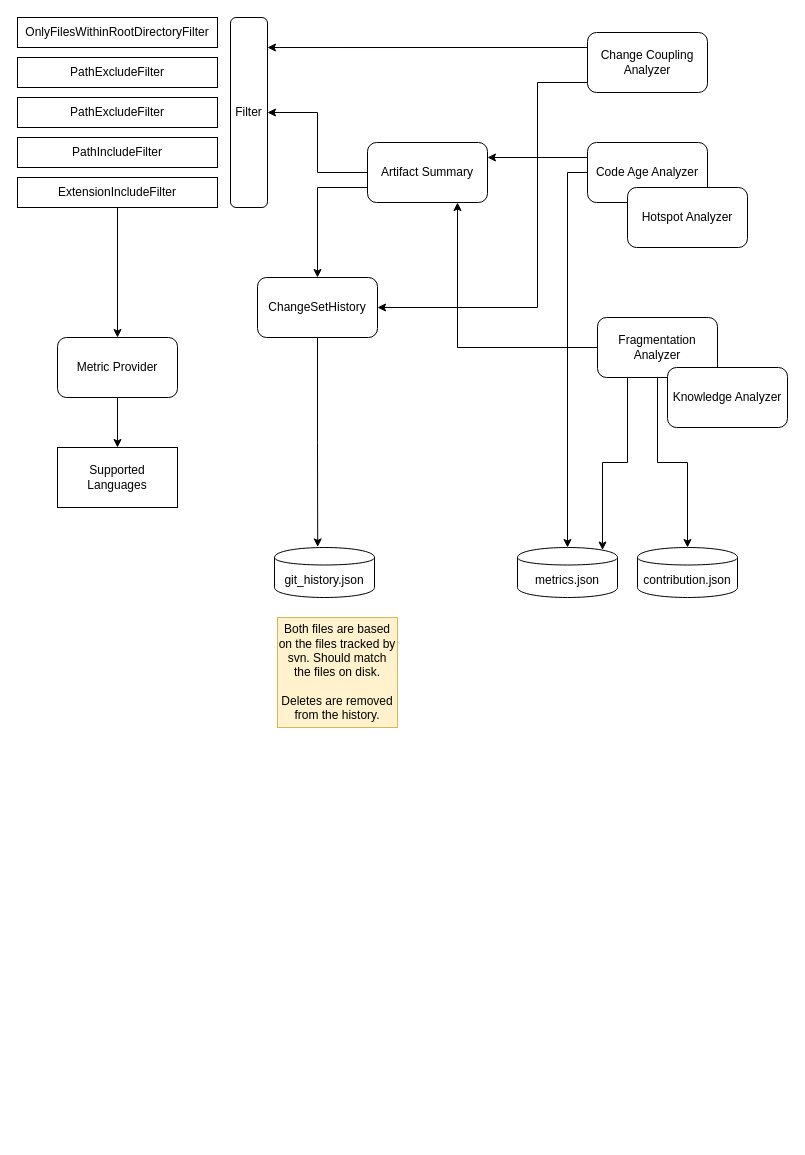
This is Documents/Insight.drawio from ATrefzer/Insight, a draw.io file, before an edit. Source tidied: cells renumbered, new cells numbered last; positions are measured from the earlier drawing's top-left corner, leaving out a move shared by most shapes. Both pictures are drawn from the tidied source at 100%, with x=0, y=0 at pixel (17, 17).
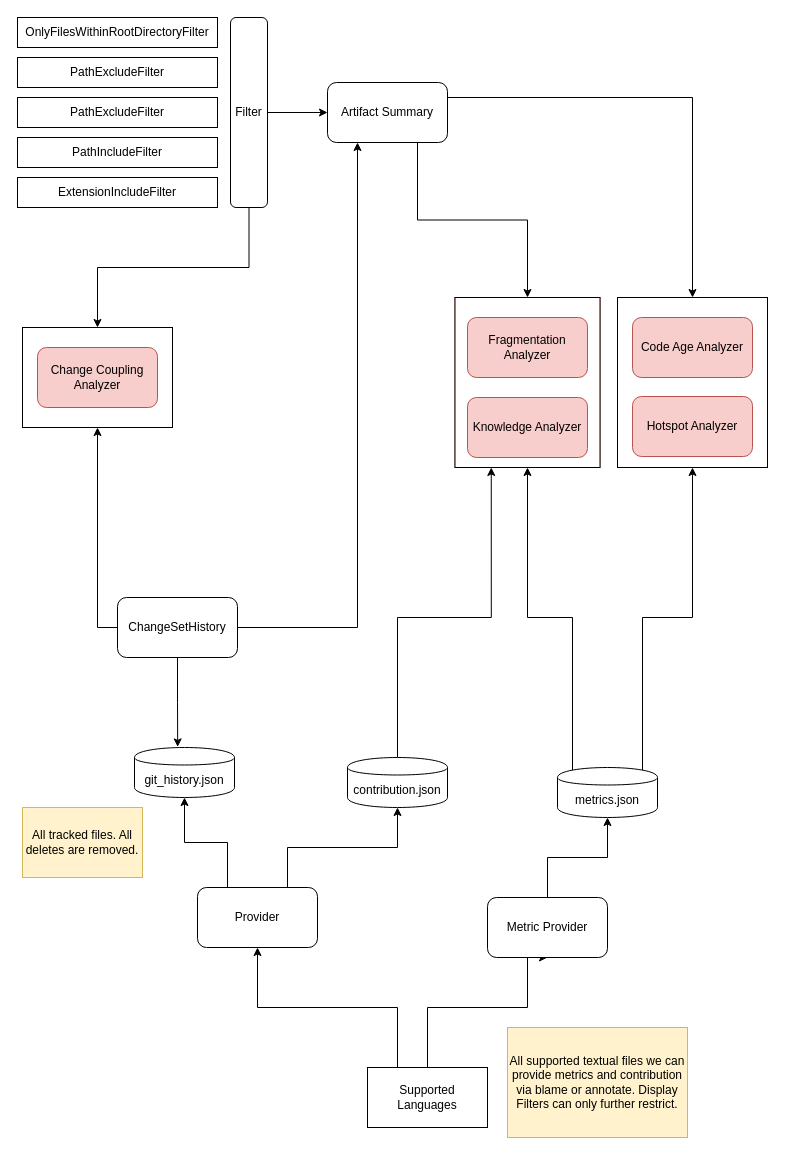
The same diagram, later.

The change refers to these unchanged cells:
```xml
<mxCell id="8" value="Filter" style="rounded=1;whiteSpace=wrap;html=1;" parent="1" vertex="1">
  <mxGeometry x="213" width="37" height="190" as="geometry" />
</mxCell>
<mxCell id="15" value="ExtensionIncludeFilter" style="rounded=0;whiteSpace=wrap;html=1;" parent="1" vertex="1">
  <mxGeometry y="160" width="200" height="30" as="geometry" />
</mxCell>
```

Change to the diagram source:
```diff
@@
     <mxCell id="2" value="metrics.json" style="shape=cylinder;whiteSpace=wrap;html=1;boundedLbl=1;backgroundOutline=1;" parent="1" vertex="1">
-      <mxGeometry x="500" y="530" width="100" height="50" as="geometry" />
+      <mxGeometry x="540" y="750" width="100" height="50" as="geometry" />
     </mxCell>
     <mxCell id="3" value="git_history.json" style="shape=cylinder;whiteSpace=wrap;html=1;boundedLbl=1;backgroundOutline=1;" parent="1" vertex="1">
-      <mxGeometry x="257" y="530" width="100" height="50" as="geometry" />
+      <mxGeometry x="117" y="730" width="100" height="50" as="geometry" />
     </mxCell>
-    <mxCell id="4" value="Both files are based on the files tracked by svn. Should match the files on disk.&lt;br&gt;&lt;br&gt;Deletes are removed from the history." style="rounded=0;whiteSpace=wrap;html=1;fillColor=#fff2cc;strokeColor=#d6b656;" parent="1" vertex="1">
-      <mxGeometry x="260" y="600" width="120" height="110" as="geometry" />
+    <mxCell id="4" value="All tracked files. All deletes are removed." style="rounded=0;whiteSpace=wrap;html=1;fillColor=#fff2cc;strokeColor=#d6b656;" parent="1" vertex="1">
+      <mxGeometry x="5" y="790" width="120" height="70" as="geometry" />
     </mxCell>
@@
     <mxCell id="6" value="ChangeSetHistory" style="rounded=1;whiteSpace=wrap;html=1;" parent="1" vertex="1">
-      <mxGeometry x="240" y="260" width="120" height="60" as="geometry" />
+      <mxGeometry x="100" y="580" width="120" height="60" as="geometry" />
     </mxCell>
-    <mxCell id="7" style="edgeStyle=orthogonalEdgeStyle;rounded=0;jettySize=auto;html=1;exitX=0;exitY=0.5;exitDx=0;exitDy=0;entryX=1;entryY=0.5;entryDx=0;entryDy=0;" parent="1" edge="1" source="10" target="8">
+    <mxCell id="7" style="edgeStyle=orthogonalEdgeStyle;rounded=0;jettySize=auto;html=1;exitX=1;exitY=0.5;exitDx=0;exitDy=0;entryX=0;entryY=0.5;entryDx=0;entryDy=0;" parent="1" edge="1" source="8" target="10">
       <mxGeometry relative="1" as="geometry" />
     </mxCell>
@@
-    <mxCell id="9" style="edgeStyle=orthogonalEdgeStyle;rounded=0;jettySize=auto;html=1;exitX=0;exitY=0.75;exitDx=0;exitDy=0;" parent="1" edge="1" source="10" target="6">
+    <mxCell id="9" style="edgeStyle=orthogonalEdgeStyle;rounded=0;jettySize=auto;html=1;entryX=0.25;entryY=1;entryDx=0;entryDy=0;" parent="1" edge="1" source="6" target="10">
       <mxGeometry relative="1" as="geometry" />
     </mxCell>
     <mxCell id="10" value="Artifact Summary" style="rounded=1;whiteSpace=wrap;html=1;" parent="1" vertex="1">
-      <mxGeometry x="350" y="125" width="120" height="60" as="geometry" />
+      <mxGeometry x="310" y="65" width="120" height="60" as="geometry" />
     </mxCell>
-    <mxCell id="11" style="edgeStyle=orthogonalEdgeStyle;rounded=0;jettySize=auto;html=1;exitX=0;exitY=0.75;exitDx=0;exitDy=0;entryX=1;entryY=0.5;entryDx=0;entryDy=0;" parent="1" edge="1" source="13" target="6">
-      <mxGeometry relative="1" as="geometry">
-        <Array as="points">
-          <mxPoint x="520" y="65" />
-          <mxPoint x="520" y="290" />
-        </Array>
-      </mxGeometry>
+    <mxCell id="11" style="edgeStyle=orthogonalEdgeStyle;rounded=0;jettySize=auto;html=1;exitX=0;exitY=0.5;exitDx=0;exitDy=0;entryX=0.5;entryY=1;entryDx=0;entryDy=0;" parent="1" edge="1" source="6" target="45">
+      <mxGeometry relative="1" as="geometry" />
     </mxCell>
-    <mxCell id="12" style="edgeStyle=orthogonalEdgeStyle;rounded=0;jettySize=auto;html=1;exitX=0;exitY=0.25;exitDx=0;exitDy=0;entryX=1;entryY=0.158;entryDx=0;entryDy=0;entryPerimeter=0;" parent="1" edge="1" source="13" target="8">
+    <mxCell id="12" style="edgeStyle=orthogonalEdgeStyle;rounded=0;jettySize=auto;html=1;entryX=0.5;entryY=0;entryDx=0;entryDy=0;exitX=0.5;exitY=1;exitDx=0;exitDy=0;" parent="1" edge="1" source="8" target="45">
       <mxGeometry relative="1" as="geometry" />
     </mxCell>
-    <mxCell id="13" value="Change Coupling Analyzer" style="rounded=1;whiteSpace=wrap;html=1;" parent="1" vertex="1">
-      <mxGeometry x="570" y="15" width="120" height="60" as="geometry" />
-    </mxCell>
-    <mxCell id="14" style="edgeStyle=orthogonalEdgeStyle;rounded=0;jettySize=auto;html=1;exitX=0.5;exitY=1;exitDx=0;exitDy=0;entryX=0.5;entryY=0;entryDx=0;entryDy=0;" parent="1" edge="1" source="15" target="22">
-      <mxGeometry relative="1" as="geometry" />
-    </mxCell>
@@
+    <mxCell id="34" style="edgeStyle=orthogonalEdgeStyle;rounded=0;jettySize=auto;html=1;exitX=0.25;exitY=0;exitDx=0;exitDy=0;entryX=0.5;entryY=1;entryDx=0;entryDy=0;" parent="1" edge="1" source="20" target="38">
+      <mxGeometry relative="1" as="geometry" />
+    </mxCell>
     <mxCell id="20" value="Supported Languages" style="rounded=0;whiteSpace=wrap;html=1;" parent="1" vertex="1">
-      <mxGeometry x="40" y="430" width="120" height="60" as="geometry" />
+      <mxGeometry x="350" y="1050" width="120" height="60" as="geometry" />
     </mxCell>
-    <mxCell id="21" style="edgeStyle=orthogonalEdgeStyle;rounded=0;jettySize=auto;html=1;exitX=0.5;exitY=1;exitDx=0;exitDy=0;entryX=0.5;entryY=0;entryDx=0;entryDy=0;" parent="1" edge="1" source="22" target="20">
-      <mxGeometry relative="1" as="geometry" />
+    <mxCell id="21" style="edgeStyle=orthogonalEdgeStyle;rounded=0;jettySize=auto;html=1;exitX=0.5;exitY=0;exitDx=0;exitDy=0;entryX=0.5;entryY=1;entryDx=0;entryDy=0;" parent="1" edge="1" source="20" target="22">
+      <mxGeometry relative="1" as="geometry">
+        <Array as="points">
+          <mxPoint x="410" y="990" />
+          <mxPoint x="510" y="990" />
+        </Array>
+      </mxGeometry>
     </mxCell>
+    <mxCell id="35" style="edgeStyle=orthogonalEdgeStyle;rounded=0;jettySize=auto;html=1;exitX=0.5;exitY=0;exitDx=0;exitDy=0;" parent="1" edge="1" source="22" target="2">
+      <mxGeometry relative="1" as="geometry" />
+    </mxCell>
     <mxCell id="22" value="Metric Provider" style="rounded=1;whiteSpace=wrap;html=1;" parent="1" vertex="1">
-      <mxGeometry x="40" y="320" width="120" height="60" as="geometry" />
+      <mxGeometry x="470" y="880" width="120" height="60" as="geometry" />
     </mxCell>
@@
-    <mxCell id="24" style="edgeStyle=orthogonalEdgeStyle;rounded=0;jettySize=auto;html=1;exitX=0;exitY=0.25;exitDx=0;exitDy=0;entryX=1;entryY=0.25;entryDx=0;entryDy=0;" parent="1" edge="1" source="26" target="10">
+    <mxCell id="24" style="edgeStyle=orthogonalEdgeStyle;rounded=0;jettySize=auto;html=1;exitX=1;exitY=0.25;exitDx=0;exitDy=0;entryX=0.5;entryY=0;entryDx=0;entryDy=0;" parent="1" edge="1" source="10" target="41">
       <mxGeometry relative="1" as="geometry" />
     </mxCell>
-    <mxCell id="25" style="edgeStyle=orthogonalEdgeStyle;rounded=0;jettySize=auto;html=1;exitX=0;exitY=0.5;exitDx=0;exitDy=0;entryX=0.5;entryY=0;entryDx=0;entryDy=0;" parent="1" edge="1" source="26" target="2">
+    <mxCell id="25" style="edgeStyle=orthogonalEdgeStyle;rounded=0;jettySize=auto;html=1;exitX=0.85;exitY=0.05;exitDx=0;exitDy=0;entryX=0.5;entryY=1;entryDx=0;entryDy=0;exitPerimeter=0;" parent="1" edge="1" source="2" target="41">
       <mxGeometry relative="1" as="geometry" />
     </mxCell>
-    <mxCell id="26" value="Code Age Analyzer" style="rounded=1;whiteSpace=wrap;html=1;" parent="1" vertex="1">
-      <mxGeometry x="570" y="125" width="120" height="60" as="geometry" />
-    </mxCell>
-    <mxCell id="27" value="Hotspot Analyzer" style="rounded=1;whiteSpace=wrap;html=1;" parent="1" vertex="1">
-      <mxGeometry x="610" y="170" width="120" height="60" as="geometry" />
-    </mxCell>
     <mxCell id="28" value="contribution.json" style="shape=cylinder;whiteSpace=wrap;html=1;boundedLbl=1;backgroundOutline=1;" parent="1" vertex="1">
-      <mxGeometry x="620" y="530" width="100" height="50" as="geometry" />
+      <mxGeometry x="330" y="740" width="100" height="50" as="geometry" />
     </mxCell>
-    <mxCell id="29" style="edgeStyle=orthogonalEdgeStyle;rounded=0;jettySize=auto;html=1;exitX=0;exitY=0.5;exitDx=0;exitDy=0;entryX=0.75;entryY=1;entryDx=0;entryDy=0;" parent="1" edge="1" source="32" target="10">
+    <mxCell id="29" style="edgeStyle=orthogonalEdgeStyle;rounded=0;jettySize=auto;html=1;entryX=0.5;entryY=0;entryDx=0;entryDy=0;exitX=0.75;exitY=1;exitDx=0;exitDy=0;" parent="1" edge="1" source="10" target="43">
       <mxGeometry relative="1" as="geometry" />
     </mxCell>
-    <mxCell id="30" style="edgeStyle=orthogonalEdgeStyle;rounded=0;jettySize=auto;html=1;exitX=0.25;exitY=1;exitDx=0;exitDy=0;entryX=0.85;entryY=0.05;entryDx=0;entryDy=0;entryPerimeter=0;" parent="1" edge="1" source="32" target="2">
+    <mxCell id="30" style="edgeStyle=orthogonalEdgeStyle;rounded=0;jettySize=auto;html=1;exitX=0.15;exitY=0.05;exitDx=0;exitDy=0;entryX=0.5;entryY=1;entryDx=0;entryDy=0;exitPerimeter=0;" parent="1" edge="1" source="2" target="43">
       <mxGeometry relative="1" as="geometry" />
     </mxCell>
-    <mxCell id="31" style="edgeStyle=orthogonalEdgeStyle;rounded=0;jettySize=auto;html=1;exitX=0.5;exitY=1;exitDx=0;exitDy=0;entryX=0.5;entryY=0;entryDx=0;entryDy=0;" parent="1" edge="1" source="32" target="28">
-      <mxGeometry relative="1" as="geometry" />
+    <mxCell id="31" style="edgeStyle=orthogonalEdgeStyle;rounded=0;jettySize=auto;html=1;exitX=0.5;exitY=0;exitDx=0;exitDy=0;entryX=0.25;entryY=1;entryDx=0;entryDy=0;" parent="1" edge="1" source="28" target="43">
+      <mxGeometry relative="1" as="geometry">
+        <Array as="points">
+          <mxPoint x="380" y="600" />
+          <mxPoint x="474" y="600" />
+        </Array>
+      </mxGeometry>
     </mxCell>
+    <mxCell id="36" style="edgeStyle=orthogonalEdgeStyle;rounded=0;jettySize=auto;html=1;exitX=0.25;exitY=0;exitDx=0;exitDy=0;entryX=0.5;entryY=1;entryDx=0;entryDy=0;" parent="1" edge="1" source="38" target="3">
+      <mxGeometry relative="1" as="geometry" />
+    </mxCell>
+    <mxCell id="37" style="edgeStyle=orthogonalEdgeStyle;rounded=0;jettySize=auto;html=1;exitX=0.75;exitY=0;exitDx=0;exitDy=0;entryX=0.5;entryY=1;entryDx=0;entryDy=0;" parent="1" edge="1" source="38" target="28">
+      <mxGeometry relative="1" as="geometry" />
+    </mxCell>
+    <mxCell id="38" value="Provider" style="rounded=1;whiteSpace=wrap;html=1;" parent="1" vertex="1">
+      <mxGeometry x="180" y="870" width="120" height="60" as="geometry" />
+    </mxCell>
+    <mxCell id="39" value="All supported textual files we can provide metrics and contribution via blame or annotate. Display Filters can only further restrict." style="rounded=0;whiteSpace=wrap;html=1;fillColor=#fff2cc;strokeColor=#d6b656;" parent="1" vertex="1">
+      <mxGeometry x="490" y="1010" width="180" height="110" as="geometry" />
+    </mxCell>
+    <mxCell id="40" style="group;fillColor=#f8cecc;strokeColor=#b85450;" parent="1" vertex="1">
+      <mxGeometry x="600" y="280" width="150" height="170" as="geometry" />
+    </mxCell>
+    <mxCell id="41" style="rounded=0;whiteSpace=wrap;html=1;" parent="40" vertex="1">
+      <mxGeometry width="150" height="170" as="geometry" />
+    </mxCell>
+    <mxCell id="26" value="Code Age Analyzer" style="rounded=1;whiteSpace=wrap;html=1;fillColor=#f8cecc;strokeColor=#b85450;" parent="40" vertex="1">
+      <mxGeometry x="15" y="20" width="120" height="60" as="geometry" />
+    </mxCell>
+    <mxCell id="27" value="Hotspot Analyzer" style="rounded=1;whiteSpace=wrap;html=1;fillColor=#f8cecc;strokeColor=#b85450;" parent="40" vertex="1">
+      <mxGeometry x="15" y="99" width="120" height="60" as="geometry" />
+    </mxCell>
+    <mxCell id="42" style="group;fillColor=#f8cecc;strokeColor=#b85450;" parent="1" vertex="1">
+      <mxGeometry x="437.5" y="280" width="145" height="170" as="geometry" />
+    </mxCell>
+    <mxCell id="43" style="rounded=0;whiteSpace=wrap;html=1;" parent="42" vertex="1">
+      <mxGeometry width="145" height="170" as="geometry" />
+    </mxCell>
-    <mxCell id="32" value="Fragmentation Analyzer" style="rounded=1;whiteSpace=wrap;html=1;" parent="1" vertex="1">
-      <mxGeometry x="580" y="300" width="120" height="60" as="geometry" />
+    <mxCell id="32" value="Fragmentation Analyzer" style="rounded=1;whiteSpace=wrap;html=1;fillColor=#f8cecc;strokeColor=#b85450;" parent="42" vertex="1">
+      <mxGeometry x="12.5" y="20" width="120" height="60" as="geometry" />
     </mxCell>
-    <mxCell id="33" value="Knowledge Analyzer" style="rounded=1;whiteSpace=wrap;html=1;" parent="1" vertex="1">
-      <mxGeometry x="650" y="350" width="120" height="60" as="geometry" />
+    <mxCell id="33" value="Knowledge Analyzer" style="rounded=1;whiteSpace=wrap;html=1;fillColor=#f8cecc;strokeColor=#b85450;" parent="42" vertex="1">
+      <mxGeometry x="12.5" y="100" width="120" height="60" as="geometry" />
     </mxCell>
+    <mxCell id="44" style="group;" parent="1" vertex="1">
+      <mxGeometry x="5" y="310" width="150" height="100" as="geometry" />
+    </mxCell>
+    <mxCell id="45" style="rounded=0;whiteSpace=wrap;html=1;" parent="44" vertex="1">
+      <mxGeometry width="150" height="100" as="geometry" />
+    </mxCell>
+    <mxCell id="13" value="Change Coupling Analyzer" style="rounded=1;whiteSpace=wrap;html=1;fillColor=#f8cecc;strokeColor=#b85450;" parent="44" vertex="1">
+      <mxGeometry x="15" y="20" width="120" height="60" as="geometry" />
+    </mxCell>
```
